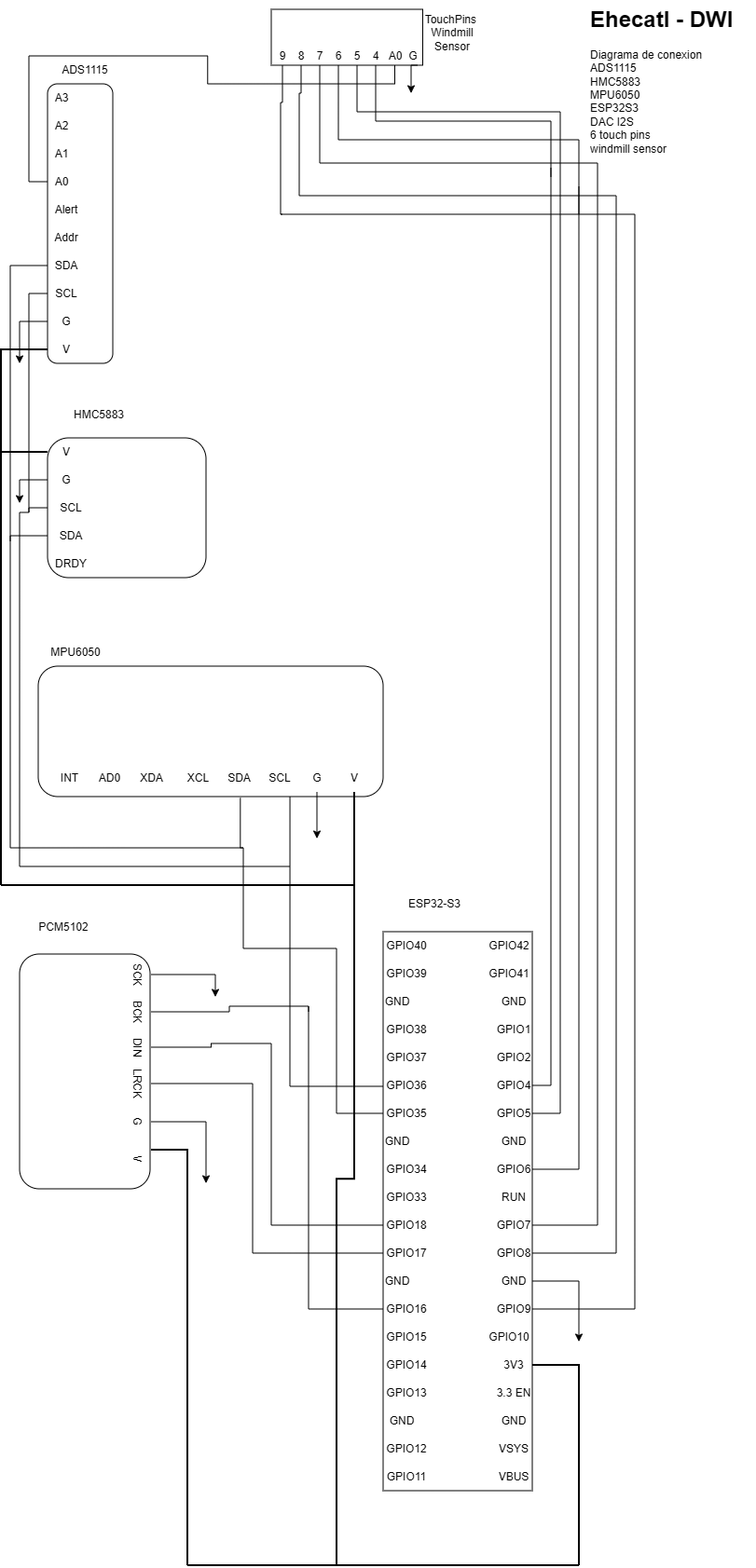
Earlier version of the draw.io export Schematic/Ehecatl-DWI.drawio.png (manoxs/Ehecatl). Source tidied: cells renumbered, new cells last; positions are measured from the earlier drawing's top-left corner, leaving out a move shared by most shapes.
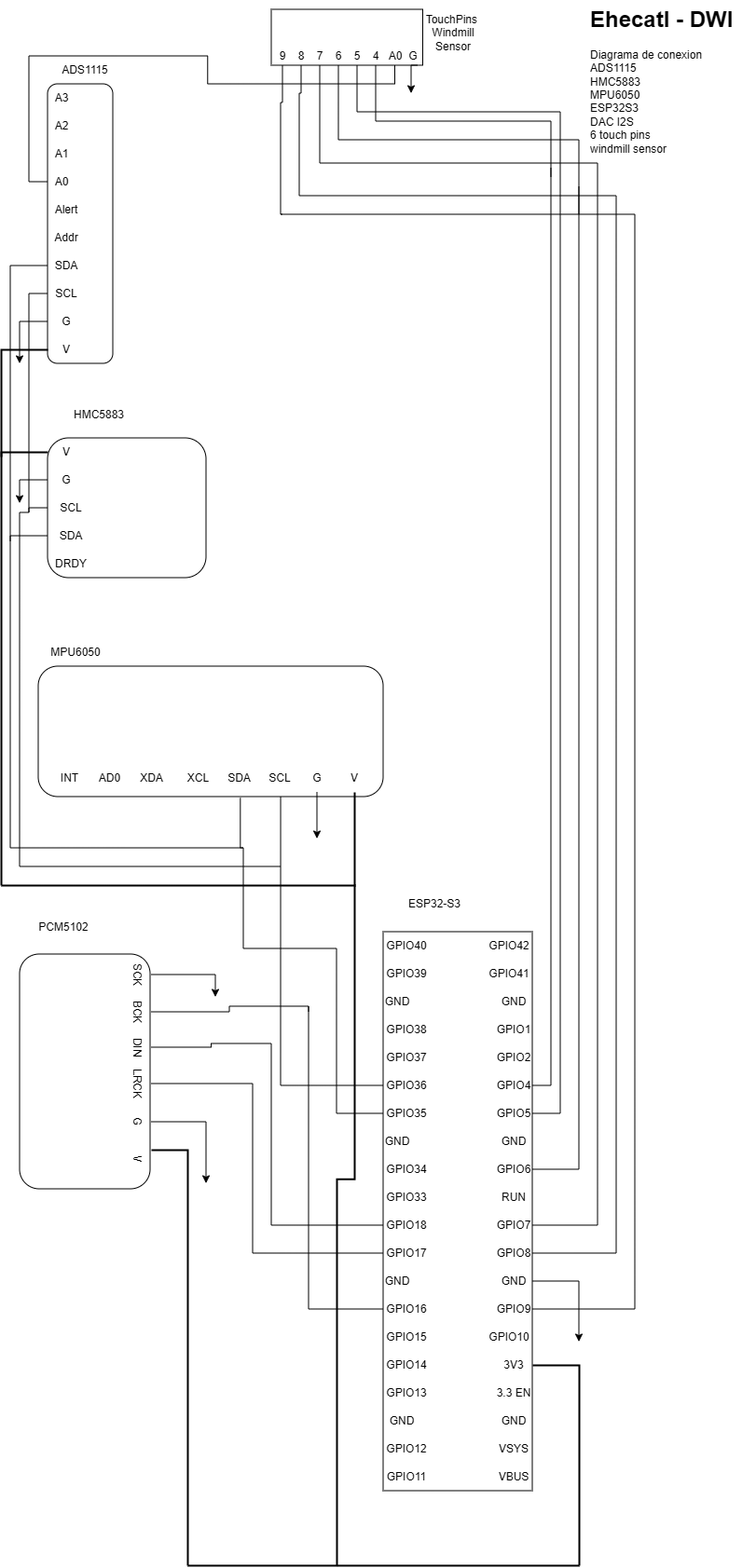
After the commit.

Change to the diagram source:
```diff
@@ -490,10 +490,9 @@
         </Array>
       </mxGeometry>
     </mxCell>
-    <mxCell id="129" style="edgeStyle=orthogonalEdgeStyle;rounded=0;orthogonalLoop=1;jettySize=auto;html=1;entryX=0.692;entryY=0.995;entryDx=0;entryDy=0;entryPerimeter=0;strokeColor=light-dark(#000000,#33FFFF);endArrow=none;endFill=0;" parent="1" edge="1">
+    <mxCell id="129" style="edgeStyle=orthogonalEdgeStyle;rounded=0;jettySize=auto;html=1;entryX=0.692;entryY=0.995;entryDx=0;entryDy=0;entryPerimeter=0;strokeColor=light-dark(#000000,#33FFFF);endArrow=none;endFill=0;exitX=0;exitY=0.5;exitDx=0;exitDy=0;" parent="1" edge="1" source="116">
       <mxGeometry relative="1" as="geometry">
-        <mxPoint x="446" y="1166" as="sourcePoint" />
-        <mxPoint x="346" y="855" as="targetPoint" />
+        <mxPoint x="336" y="855" as="targetPoint" />
       </mxGeometry>
     </mxCell>
     <mxCell id="130" style="rounded=1;whiteSpace=wrap;html=1;" parent="1" vertex="1">
@@ -555,7 +554,7 @@
     <mxCell id="142" style="endArrow=none;html=1;rounded=0;strokeColor=light-dark(#000000,#33FFFF);" parent="1" edge="1">
       <mxGeometry relative="1" as="geometry">
         <mxPoint x="56" y="930" as="sourcePoint" />
-        <mxPoint x="346" y="930" as="targetPoint" />
+        <mxPoint x="336" y="930" as="targetPoint" />
       </mxGeometry>
     </mxCell>
     <mxCell id="143" style="endArrow=none;html=1;rounded=0;strokeColor=light-dark(#000000,#FF3333);" parent="1" edge="1">
```
